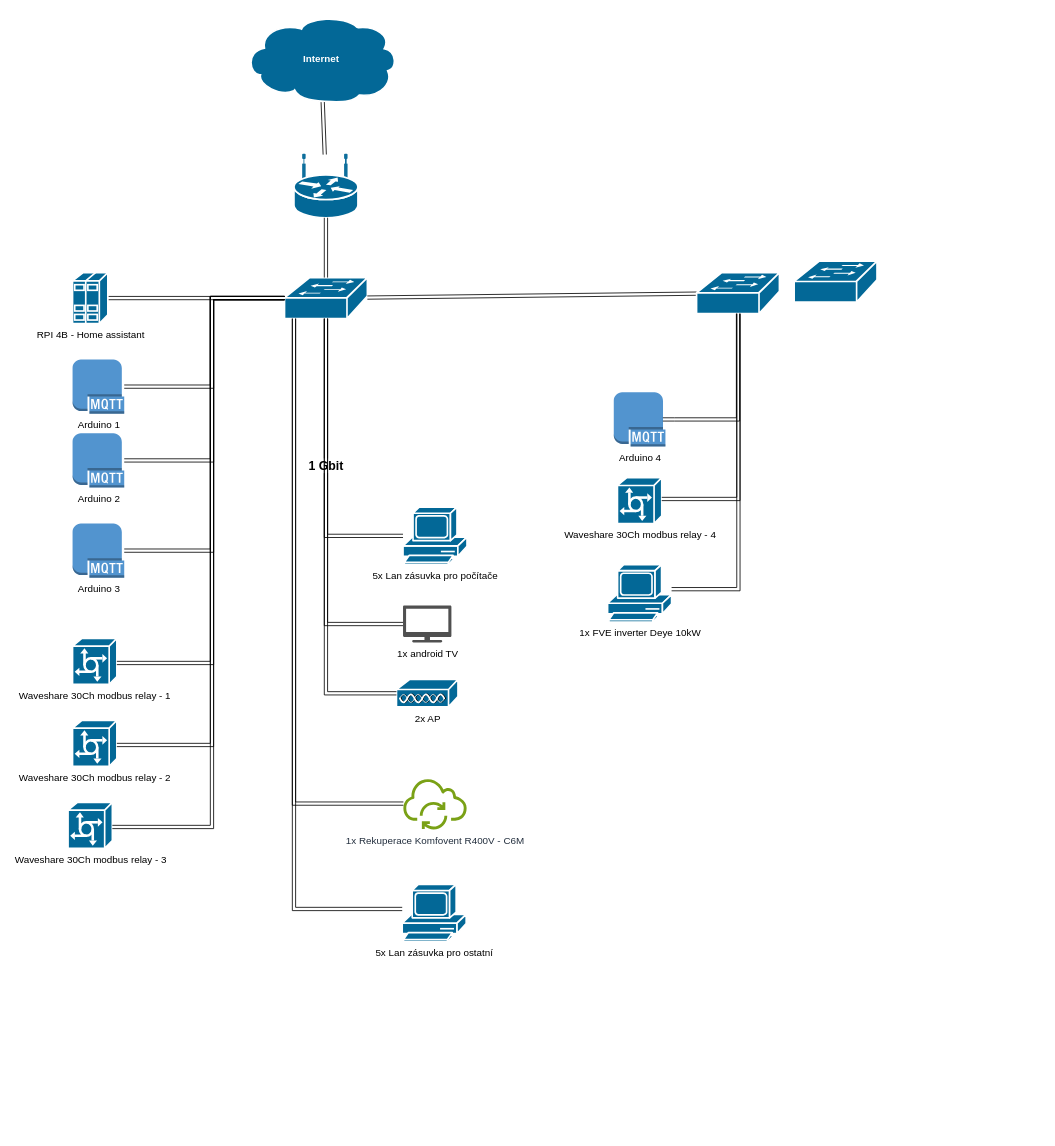
oukej1/Home-automation keeps this draw.io diagram as House_Loucka/Sit/Diagram bez názvu.drawio. Above is the earlier version. Source tidied: cells renumbered, new cells numbered last; positions are measured from the earlier drawing's top-left corner, leaving out a move shared by most shapes. Both pictures are drawn from the tidied source at 82%, with x=0, y=0 at pixel (67, 15).
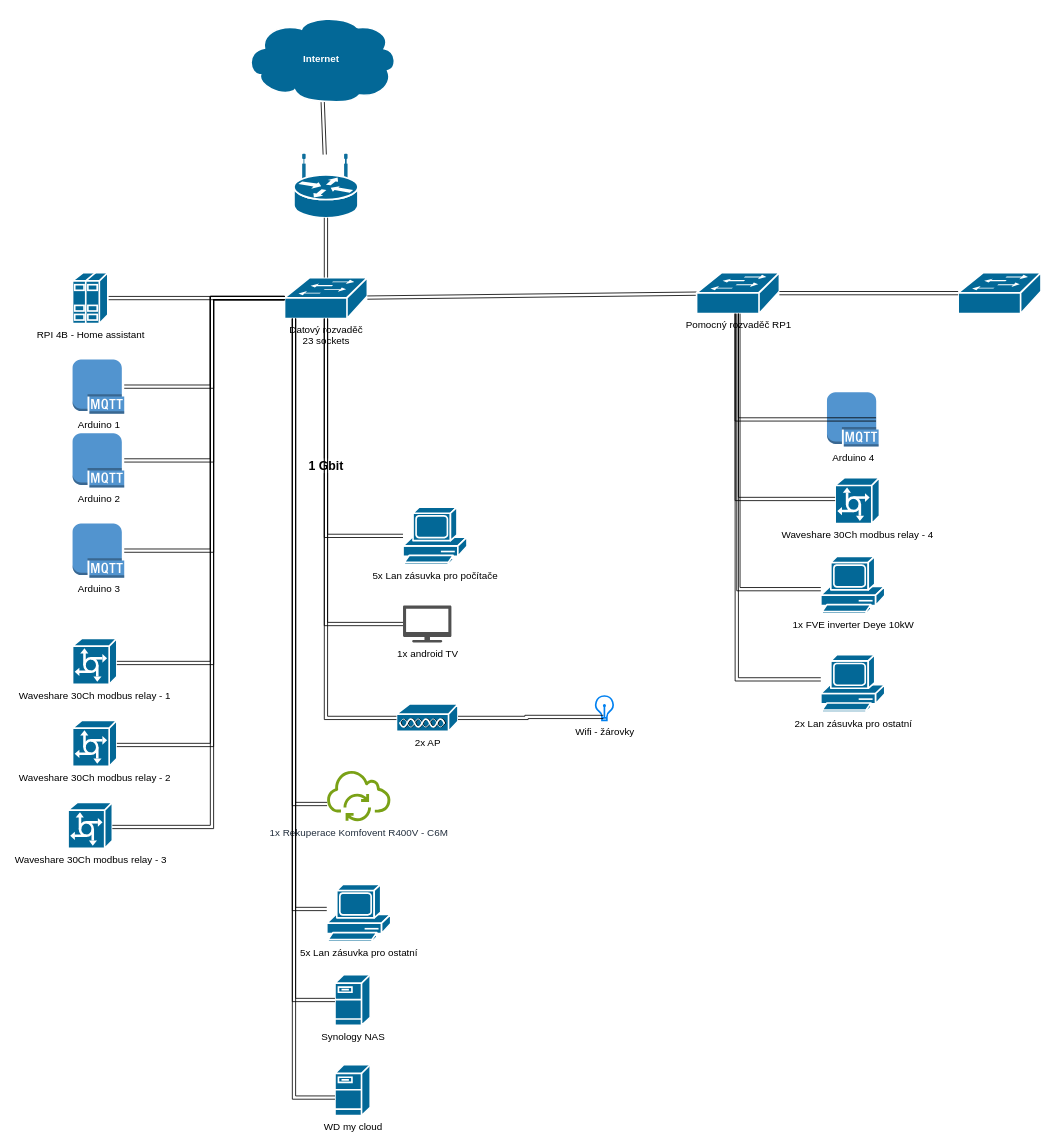
After the change.

What changed in the source:
```diff
@@
-    <mxCell id="4" style="shape=mxgraph.cisco.switches.workgroup_switch;sketch=0;html=1;dashed=0;fillColor=#036897;strokeColor=#ffffff;strokeWidth=2;verticalLabelPosition=bottom;verticalAlign=top;align=center;outlineConnect=0;" parent="1" vertex="1">
+    <mxCell id="4" value="Datový rozvaděč&lt;div&gt;23 sockets&lt;/div&gt;" style="shape=mxgraph.cisco.switches.workgroup_switch;sketch=0;html=1;dashed=0;fillColor=#036897;strokeColor=#ffffff;strokeWidth=2;verticalLabelPosition=bottom;verticalAlign=top;align=center;outlineConnect=0;" parent="1" vertex="1">
       <mxGeometry x="264.5" y="320" width="101" height="50" as="geometry" />
     </mxCell>
@@
     <mxCell id="11" value="Arduino 4" style="outlineConnect=0;dashed=0;verticalLabelPosition=bottom;verticalAlign=top;align=center;html=1;shape=mxgraph.aws3.mqtt_protocol;fillColor=#5294CF;gradientColor=none;" parent="1" vertex="1">
-      <mxGeometry x="666" y="460" width="63" height="66" as="geometry" />
+      <mxGeometry x="926" y="460" width="63" height="66" as="geometry" />
     </mxCell>
@@
-    <mxCell id="16" style="shape=mxgraph.cisco.switches.workgroup_switch;sketch=0;html=1;dashed=0;fillColor=#036897;strokeColor=#ffffff;strokeWidth=2;verticalLabelPosition=bottom;verticalAlign=top;align=center;outlineConnect=0;" parent="1" vertex="1">
+    <mxCell id="16" value="Pomocný rozvaděč RP1" style="shape=mxgraph.cisco.switches.workgroup_switch;sketch=0;html=1;dashed=0;fillColor=#036897;strokeColor=#ffffff;strokeWidth=2;verticalLabelPosition=bottom;verticalAlign=top;align=center;outlineConnect=0;" parent="1" vertex="1">
       <mxGeometry x="767" y="314" width="101" height="50" as="geometry" />
     </mxCell>
     <mxCell id="17" style="edgeStyle=orthogonalEdgeStyle;rounded=0;jettySize=auto;html=1;shape=link;entryX=0.95;entryY=0.5;entryDx=0;entryDy=0;entryPerimeter=0;" parent="1" edge="1" source="16" target="11">
       <mxGeometry relative="1" as="geometry">
         <Array as="points">
-          <mxPoint x="818" y="493" />
-          <mxPoint x="740" y="493" />
+          <mxPoint x="816" y="493" />
         </Array>
       </mxGeometry>
     </mxCell>
@@
     <mxCell id="22" value="Waveshare 30Ch modbus relay - 4" style="shape=mxgraph.cisco.servers.communications_server;sketch=0;html=1;dashed=0;fillColor=#036897;strokeColor=#ffffff;strokeWidth=2;verticalLabelPosition=bottom;verticalAlign=top;align=center;outlineConnect=0;" parent="1" vertex="1">
-      <mxGeometry x="670.5" y="564" width="54" height="56" as="geometry" />
+      <mxGeometry x="936" y="564" width="54" height="56" as="geometry" />
     </mxCell>
     <mxCell id="23" style="edgeStyle=orthogonalEdgeStyle;rounded=0;jettySize=auto;html=1;shape=link;" parent="1" edge="1" source="22" target="16">
       <mxGeometry relative="1" as="geometry">
         <Array as="points">
-          <mxPoint x="818" y="590" />
+          <mxPoint x="816" y="590" />
         </Array>
       </mxGeometry>
     </mxCell>
@@
     <mxCell id="29" value="5x Lan zásuvka pro ostatní" style="shape=mxgraph.cisco.computers_and_peripherals.pc;sketch=0;html=1;dashed=0;fillColor=#036897;strokeColor=#ffffff;strokeWidth=2;verticalLabelPosition=bottom;verticalAlign=top;align=center;outlineConnect=0;" parent="1" vertex="1">
-      <mxGeometry x="408" y="1060" width="78" height="70" as="geometry" />
+      <mxGeometry x="316" y="1060" width="78" height="70" as="geometry" />
     </mxCell>
@@
     <mxCell id="33" style="shape=mxgraph.cisco.switches.workgroup_switch;sketch=0;html=1;dashed=0;fillColor=#036897;strokeColor=#ffffff;strokeWidth=2;verticalLabelPosition=bottom;verticalAlign=top;align=center;outlineConnect=0;" parent="1" vertex="1">
-      <mxGeometry x="886" y="300" width="101" height="50" as="geometry" />
+      <mxGeometry x="1086" y="314" width="101" height="50" as="geometry" />
     </mxCell>
     <mxCell id="34" value="1x FVE inverter Deye 10kW&lt;div&gt;&lt;br&gt;&lt;/div&gt;" style="shape=mxgraph.cisco.computers_and_peripherals.pc;sketch=0;html=1;dashed=0;fillColor=#036897;strokeColor=#ffffff;strokeWidth=2;verticalLabelPosition=bottom;verticalAlign=top;align=center;outlineConnect=0;" parent="1" vertex="1">
-      <mxGeometry x="658.5" y="670" width="78" height="70" as="geometry" />
+      <mxGeometry x="918.5" y="660" width="78" height="70" as="geometry" />
     </mxCell>
@@
     <mxCell id="36" value="1x Rekuperace Komfovent R400V - C6M" style="sketch=0;outlineConnect=0;fontColor=#232F3E;gradientColor=none;fillColor=#7AA116;strokeColor=none;dashed=0;verticalLabelPosition=bottom;verticalAlign=top;align=center;html=1;fontSize=12;fontStyle=0;shape=mxgraph.aws4.iot_over_the_air_update;" parent="1" vertex="1">
-      <mxGeometry x="409" y="930" width="78" height="63" as="geometry" />
+      <mxGeometry x="316" y="920" width="78" height="63" as="geometry" />
     </mxCell>
@@
     <mxCell id="38" value="2x AP" style="shape=mxgraph.cisco.misc.access_point;sketch=0;html=1;dashed=0;fillColor=#036897;strokeColor=#ffffff;strokeWidth=2;verticalLabelPosition=bottom;verticalAlign=top;align=center;outlineConnect=0;" parent="1" vertex="1">
-      <mxGeometry x="401" y="810" width="75" height="34" as="geometry" />
+      <mxGeometry x="401" y="840" width="75" height="34" as="geometry" />
     </mxCell>
@@
+    <mxCell id="40" style="edgeStyle=none;rounded=0;jettySize=auto;html=1;shape=link;" parent="1" edge="1" source="33" target="16">
+      <mxGeometry relative="1" as="geometry" />
+    </mxCell>
+    <mxCell id="41" value="Synology NAS" style="shape=mxgraph.cisco.servers.fileserver;sketch=0;html=1;dashed=0;fillColor=#036897;strokeColor=#ffffff;strokeWidth=2;verticalLabelPosition=bottom;verticalAlign=top;align=center;outlineConnect=0;" parent="1" vertex="1">
+      <mxGeometry x="326" y="1170" width="43" height="62" as="geometry" />
+    </mxCell>
+    <mxCell id="42" style="edgeStyle=orthogonalEdgeStyle;rounded=0;jettySize=auto;html=1;shape=link;" parent="1" edge="1" source="41" target="4">
+      <mxGeometry relative="1" as="geometry">
+        <Array as="points">
+          <mxPoint x="276" y="1201" />
+        </Array>
+      </mxGeometry>
+    </mxCell>
+    <mxCell id="43" value="WD my cloud" style="shape=mxgraph.cisco.servers.fileserver;sketch=0;html=1;dashed=0;fillColor=#036897;strokeColor=#ffffff;strokeWidth=2;verticalLabelPosition=bottom;verticalAlign=top;align=center;outlineConnect=0;" parent="1" vertex="1">
+      <mxGeometry x="326" y="1280" width="43" height="62" as="geometry" />
+    </mxCell>
+    <mxCell id="44" style="edgeStyle=orthogonalEdgeStyle;rounded=0;jettySize=auto;html=1;shape=link;" parent="1" edge="1" source="43" target="4">
+      <mxGeometry relative="1" as="geometry">
+        <Array as="points">
+          <mxPoint x="276" y="1320" />
+        </Array>
+      </mxGeometry>
+    </mxCell>
+    <mxCell id="45" value="Wifi - žárovky" style="html=1;verticalLabelPosition=bottom;align=center;labelBackgroundColor=#ffffff;verticalAlign=top;strokeWidth=2;strokeColor=#0080F0;shadow=0;dashed=0;shape=mxgraph.ios7.icons.lightbulb;" parent="1" vertex="1">
+      <mxGeometry x="643.2" y="830.3" width="22.8" height="29.7" as="geometry" />
+    </mxCell>
+    <mxCell id="46" style="edgeStyle=orthogonalEdgeStyle;rounded=0;jettySize=auto;html=1;shape=link;exitX=0.443;exitY=0.859;exitDx=0;exitDy=0;exitPerimeter=0;" parent="1" edge="1" source="45" target="38">
+      <mxGeometry relative="1" as="geometry" />
+    </mxCell>
+    <mxCell id="47" value="2x Lan zásuvka pro ostatní" style="shape=mxgraph.cisco.computers_and_peripherals.pc;sketch=0;html=1;dashed=0;fillColor=#036897;strokeColor=#ffffff;strokeWidth=2;verticalLabelPosition=bottom;verticalAlign=top;align=center;outlineConnect=0;" parent="1" vertex="1">
+      <mxGeometry x="918.5" y="780" width="78" height="70" as="geometry" />
+    </mxCell>
+    <mxCell id="48" style="edgeStyle=orthogonalEdgeStyle;rounded=0;jettySize=auto;html=1;shape=link;" parent="1" edge="1" source="47" target="16">
+      <mxGeometry relative="1" as="geometry">
+        <Array as="points">
+          <mxPoint x="816" y="810" />
+        </Array>
+      </mxGeometry>
+    </mxCell>
```
